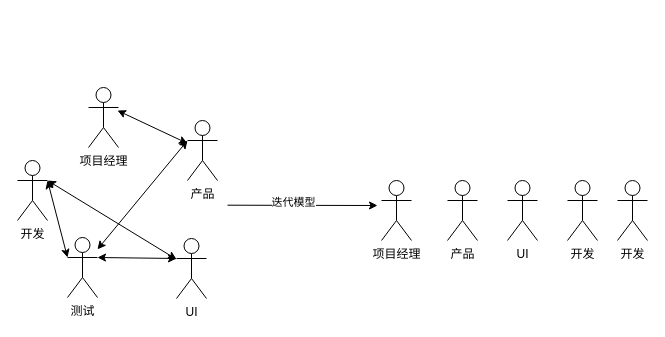
This is 低代码—人员沟通.drawio from tangyaosimida/love, a draw.io file, before an edit. Source tidied: cells renumbered, new cells numbered last; positions are measured from the earlier drawing's top-left corner, leaving out a move shared by most shapes. Both pictures are drawn from the tidied source at 100%, with x=0, y=0 at pixel (17, 87).
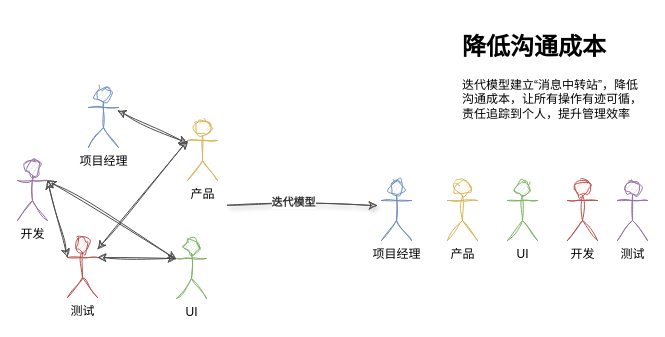
Above is the later version.

Commit message (it also covers changes not shown here):
更新低代码—人员沟通.drawio

What changed in the source:
```diff
@@
-    <mxCell id="2" value="开发" style="shape=umlActor;verticalLabelPosition=bottom;verticalAlign=top;html=1;outlineConnect=0;" parent="1" vertex="1">
+    <mxCell id="2" value="开发" style="shape=umlActor;verticalLabelPosition=bottom;verticalAlign=top;html=1;outlineConnect=0;fillColor=#e1d5e7;strokeColor=#9673a6;shadow=0;sketch=1;curveFitting=1;jiggle=2;" parent="1" vertex="1">
       <mxGeometry y="73" width="30" height="60" as="geometry" />
     </mxCell>
-    <mxCell id="3" value="产品" style="shape=umlActor;verticalLabelPosition=bottom;verticalAlign=top;html=1;outlineConnect=0;" parent="1" vertex="1">
+    <mxCell id="3" value="产品" style="shape=umlActor;verticalLabelPosition=bottom;verticalAlign=top;html=1;outlineConnect=0;fillColor=#fff2cc;strokeColor=#d6b656;shadow=0;sketch=1;curveFitting=1;jiggle=2;" parent="1" vertex="1">
       <mxGeometry x="170" y="33" width="30" height="60" as="geometry" />
     </mxCell>
-    <mxCell id="4" value="项目经理" style="shape=umlActor;verticalLabelPosition=bottom;verticalAlign=top;html=1;" parent="1" vertex="1">
+    <mxCell id="4" value="项目经理" style="shape=umlActor;verticalLabelPosition=bottom;verticalAlign=top;html=1;fillColor=#dae8fc;strokeColor=#6c8ebf;shadow=0;sketch=1;curveFitting=1;jiggle=2;" parent="1" vertex="1">
       <mxGeometry x="71" width="30" height="60" as="geometry" />
     </mxCell>
-    <mxCell id="5" value="测试" style="shape=umlActor;verticalLabelPosition=bottom;verticalAlign=top;html=1;outlineConnect=0;" parent="1" vertex="1">
+    <mxCell id="5" value="测试" style="shape=umlActor;verticalLabelPosition=bottom;verticalAlign=top;html=1;outlineConnect=0;fillColor=#f8cecc;strokeColor=#b85450;shadow=0;sketch=1;curveFitting=1;jiggle=2;" parent="1" vertex="1">
       <mxGeometry x="50" y="150" width="30" height="60" as="geometry" />
     </mxCell>
-    <mxCell id="6" value="UI" style="shape=umlActor;verticalLabelPosition=bottom;verticalAlign=top;html=1;outlineConnect=0;" parent="1" vertex="1">
+    <mxCell id="6" value="UI" style="shape=umlActor;verticalLabelPosition=bottom;verticalAlign=top;html=1;outlineConnect=0;fillColor=#d5e8d4;strokeColor=#82b366;shadow=0;sketch=1;curveFitting=1;jiggle=2;" parent="1" vertex="1">
       <mxGeometry x="159" y="151" width="30" height="60" as="geometry" />
     </mxCell>
-    <mxCell id="7" style="endArrow=classic;html=1;rounded=0;" parent="1" edge="1">
+    <mxCell id="7" style="endArrow=classic;html=1;rounded=0;strokeColor=#4D4D4D;shadow=1;sketch=1;curveFitting=1;jiggle=2;" parent="1" edge="1">
       <mxGeometry relative="1" as="geometry">
         <mxPoint x="210" y="117.7" as="sourcePoint" />
         <mxPoint x="360" y="118" as="targetPoint" />
       </mxGeometry>
     </mxCell>
-    <mxCell id="8" value="迭代模型" style="edgeLabel;html=1;align=center;verticalAlign=middle;" parent="7" vertex="1">
+    <mxCell id="8" value="迭代模型" style="edgeLabel;html=1;align=center;verticalAlign=middle;fontStyle=1;fontColor=#333333;" parent="7" vertex="1">
       <mxGeometry x="-0.14" y="3" relative="1" as="geometry" />
     </mxCell>
-    <mxCell id="9" style="endArrow=classic;startArrow=classic;html=1;rounded=0;exitX=1;exitY=0.3333333333333333;exitDx=0;exitDy=0;exitPerimeter=0;" parent="1" edge="1" source="2" target="6">
+    <mxCell id="9" style="endArrow=classic;startArrow=classic;html=1;rounded=0;exitX=1;exitY=0.3333333333333333;exitDx=0;exitDy=0;exitPerimeter=0;strokeColor=#4D4D4D;shadow=0;sketch=1;curveFitting=1;jiggle=2;" parent="1" edge="1" source="2" target="6">
       <mxGeometry relative="1" as="geometry" />
     </mxCell>
-    <mxCell id="10" style="endArrow=classic;startArrow=classic;html=1;rounded=0;entryX=0;entryY=0.3333333333333333;entryDx=0;entryDy=0;entryPerimeter=0;" parent="1" edge="1" source="5" target="3">
+    <mxCell id="10" style="endArrow=classic;startArrow=classic;html=1;rounded=0;entryX=0;entryY=0.3333333333333333;entryDx=0;entryDy=0;entryPerimeter=0;strokeColor=#4D4D4D;shadow=0;sketch=1;curveFitting=1;jiggle=2;" parent="1" edge="1" source="5" target="3">
       <mxGeometry relative="1" as="geometry" />
     </mxCell>
-    <mxCell id="11" style="endArrow=classic;startArrow=classic;html=1;rounded=0;" parent="1" edge="1" target="3">
+    <mxCell id="11" style="endArrow=classic;startArrow=classic;html=1;rounded=0;strokeColor=#4D4D4D;shadow=0;sketch=1;curveFitting=1;jiggle=2;" parent="1" edge="1" target="3">
       <mxGeometry relative="1" as="geometry">
         <mxPoint x="100" y="23" as="sourcePoint" />
         <Array as="points">
           <mxPoint x="100" y="23" />
         </Array>
       </mxGeometry>
     </mxCell>
-    <mxCell id="12" style="endArrow=classic;startArrow=classic;html=1;rounded=0;exitX=1;exitY=0.3333333333333333;exitDx=0;exitDy=0;exitPerimeter=0;entryX=0;entryY=0.3333333333333333;entryDx=0;entryDy=0;entryPerimeter=0;" parent="1" edge="1" source="5" target="6">
+    <mxCell id="12" style="endArrow=classic;startArrow=classic;html=1;rounded=0;exitX=1;exitY=0.3333333333333333;exitDx=0;exitDy=0;exitPerimeter=0;entryX=0;entryY=0.3333333333333333;entryDx=0;entryDy=0;entryPerimeter=0;strokeColor=#4D4D4D;shadow=0;sketch=1;curveFitting=1;jiggle=2;" parent="1" edge="1" source="5" target="6">
       <mxGeometry relative="1" as="geometry" />
     </mxCell>
-    <mxCell id="13" style="endArrow=classic;startArrow=classic;html=1;rounded=0;entryX=1;entryY=0.3333333333333333;entryDx=0;entryDy=0;entryPerimeter=0;exitX=0;exitY=0.3333333333333333;exitDx=0;exitDy=0;exitPerimeter=0;" parent="1" edge="1" source="5" target="2">
+    <mxCell id="13" style="endArrow=classic;startArrow=classic;html=1;rounded=0;entryX=1;entryY=0.3333333333333333;entryDx=0;entryDy=0;entryPerimeter=0;exitX=0;exitY=0.3333333333333333;exitDx=0;exitDy=0;exitPerimeter=0;strokeColor=#4D4D4D;shadow=0;sketch=1;curveFitting=1;jiggle=2;" parent="1" edge="1" source="5" target="2">
       <mxGeometry relative="1" as="geometry" />
     </mxCell>
-    <mxCell id="14" value="项目经理" style="shape=umlActor;verticalLabelPosition=bottom;verticalAlign=top;html=1;" parent="1" vertex="1">
+    <mxCell id="14" value="项目经理" style="shape=umlActor;verticalLabelPosition=bottom;verticalAlign=top;html=1;fillColor=#dae8fc;strokeColor=#6c8ebf;shadow=0;sketch=1;curveFitting=1;jiggle=2;" parent="1" vertex="1">
       <mxGeometry x="364" y="93" width="30" height="60" as="geometry" />
     </mxCell>
-    <mxCell id="15" value="产品" style="shape=umlActor;verticalLabelPosition=bottom;verticalAlign=top;html=1;" parent="1" vertex="1">
+    <mxCell id="15" value="产品" style="shape=umlActor;verticalLabelPosition=bottom;verticalAlign=top;html=1;fillColor=#fff2cc;strokeColor=#d6b656;shadow=0;sketch=1;curveFitting=1;jiggle=2;" parent="1" vertex="1">
       <mxGeometry x="430" y="93" width="30" height="60" as="geometry" />
     </mxCell>
-    <mxCell id="16" value="UI" style="shape=umlActor;verticalLabelPosition=bottom;verticalAlign=top;html=1;" parent="1" vertex="1">
+    <mxCell id="16" value="UI" style="shape=umlActor;verticalLabelPosition=bottom;verticalAlign=top;html=1;fillColor=#d5e8d4;strokeColor=#82b366;shadow=0;sketch=1;curveFitting=1;jiggle=2;" parent="1" vertex="1">
       <mxGeometry x="490" y="93" width="30" height="60" as="geometry" />
     </mxCell>
-    <mxCell id="17" value="开发" style="shape=umlActor;verticalLabelPosition=bottom;verticalAlign=top;html=1;" parent="1" vertex="1">
+    <mxCell id="17" value="开发" style="shape=umlActor;verticalLabelPosition=bottom;verticalAlign=top;html=1;fillColor=#f8cecc;strokeColor=#b85450;shadow=0;sketch=1;curveFitting=1;jiggle=2;" parent="1" vertex="1">
       <mxGeometry x="550" y="93" width="30" height="60" as="geometry" />
     </mxCell>
-    <mxCell id="18" value="开发" style="shape=umlActor;verticalLabelPosition=bottom;verticalAlign=top;html=1;" parent="1" vertex="1">
+    <mxCell id="18" value="测试&lt;div&gt;&lt;br/&gt;&lt;/div&gt;" style="shape=umlActor;verticalLabelPosition=bottom;verticalAlign=top;html=1;fillColor=#e1d5e7;strokeColor=#9673a6;shadow=0;sketch=1;curveFitting=1;jiggle=2;" parent="1" vertex="1">
       <mxGeometry x="600" y="93" width="30" height="60" as="geometry" />
     </mxCell>
+    <mxCell id="19" value="&lt;h1&gt;降低沟通成本&lt;/h1&gt;&lt;p&gt;迭代模型建立“消息中转站”，降低沟通成本，让所有操作有迹可循，责任追踪到个人，提升管理效率&lt;/p&gt;" style="text;html=1;spacing=5;spacingTop=-20;whiteSpace=wrap;overflow=hidden;rounded=0;" parent="1" vertex="1">
+      <mxGeometry x="440" y="-60" width="190" height="120" as="geometry" />
+    </mxCell>
```
